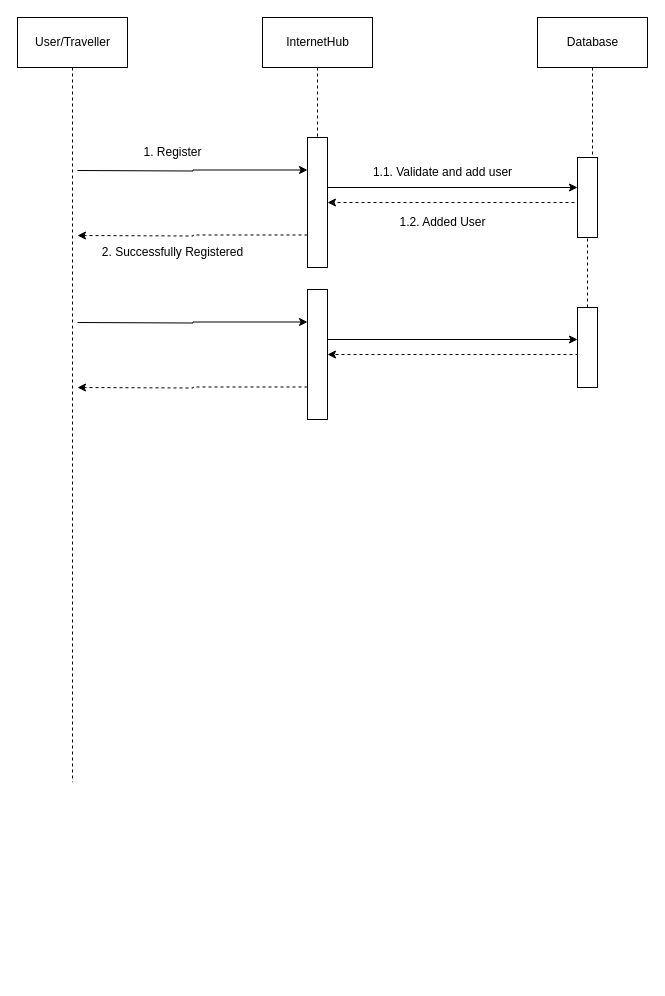
The draw.io diagram User_Seq.drawio in subhavgoyal1/mlassignment1, before the edit. Source tidied: cells renumbered, new cells numbered last; positions are measured from the earlier drawing's top-left corner, leaving out a move shared by most shapes. Both pictures are drawn from the tidied source at 100%, with x=0, y=0 at pixel (17, 17).
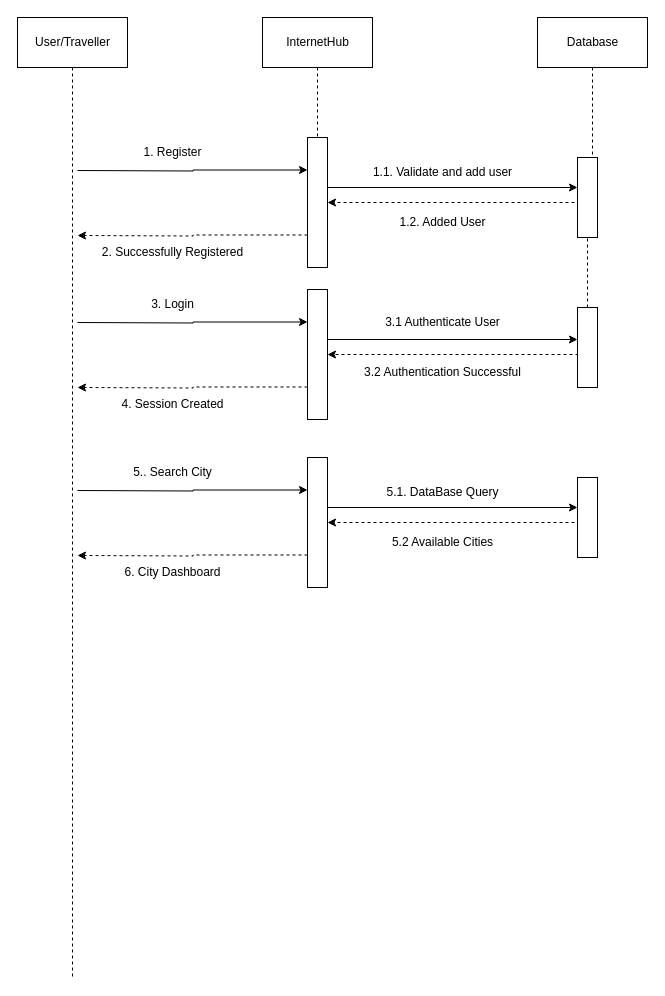
After the change.

Unchanged cells that the change refers to:
```xml
<mxCell id="2" value="User/Traveller" style="html=1;" parent="1" vertex="1">
  <mxGeometry width="110" height="50" as="geometry" />
</mxCell>
```

Diff of the diagram source:
```diff
@@
     <mxCell id="5" style="endArrow=none;dashed=1;html=1;rounded=0;" parent="1" edge="1" source="2">
       <mxGeometry relative="1" as="geometry">
-        <mxPoint x="55" y="764.7" as="targetPoint" />
+        <mxPoint x="55" y="960" as="targetPoint" />
       </mxGeometry>
     </mxCell>
@@
+    <mxCell id="25" value="3. Login" style="text;html=1;align=center;verticalAlign=middle;fillColor=none;strokeColor=none;rounded=0;" parent="1" vertex="1">
+      <mxGeometry x="120" y="272" width="70" height="30" as="geometry" />
+    </mxCell>
+    <mxCell id="26" value="3.1 Authenticate User" style="text;html=1;align=center;verticalAlign=middle;fillColor=none;strokeColor=none;rounded=0;" parent="1" vertex="1">
+      <mxGeometry x="355" y="290" width="140" height="30" as="geometry" />
+    </mxCell>
+    <mxCell id="27" value="3.2 Authentication Successful" style="text;html=1;align=center;verticalAlign=middle;fillColor=none;strokeColor=none;rounded=0;" parent="1" vertex="1">
+      <mxGeometry x="335" y="340" width="180" height="30" as="geometry" />
+    </mxCell>
+    <mxCell id="28" value="4. Session Created" style="text;html=1;align=center;verticalAlign=middle;fillColor=none;strokeColor=none;rounded=0;" parent="1" vertex="1">
+      <mxGeometry x="90" y="372" width="130" height="30" as="geometry" />
+    </mxCell>
+    <mxCell id="29" style="edgeStyle=orthogonalEdgeStyle;rounded=0;jettySize=auto;html=1;exitX=1;exitY=0.25;exitDx=0;exitDy=0;" parent="1" edge="1" source="32" target="34">
+      <mxGeometry relative="1" as="geometry">
+        <Array as="points">
+          <mxPoint x="310" y="490" />
+        </Array>
+      </mxGeometry>
+    </mxCell>
+    <mxCell id="30" style="edgeStyle=orthogonalEdgeStyle;rounded=0;jettySize=auto;html=1;exitX=0;exitY=0.25;exitDx=0;exitDy=0;entryX=0;entryY=0.25;entryDx=0;entryDy=0;" parent="1" edge="1" target="32">
+      <mxGeometry relative="1" as="geometry">
+        <mxPoint x="60" y="473" as="sourcePoint" />
+      </mxGeometry>
+    </mxCell>
+    <mxCell id="31" style="edgeStyle=orthogonalEdgeStyle;rounded=0;jettySize=auto;html=1;exitX=0;exitY=0.75;exitDx=0;exitDy=0;dashed=1;" parent="1" edge="1" source="32">
+      <mxGeometry relative="1" as="geometry">
+        <mxPoint x="60" y="538" as="targetPoint" />
+      </mxGeometry>
+    </mxCell>
+    <mxCell id="32" style="rounded=0;whiteSpace=wrap;html=1;" parent="1" vertex="1">
+      <mxGeometry x="290" y="440" width="20" height="130" as="geometry" />
+    </mxCell>
+    <mxCell id="33" style="edgeStyle=orthogonalEdgeStyle;rounded=0;jettySize=auto;html=1;exitX=0;exitY=0.75;exitDx=0;exitDy=0;entryX=1;entryY=0.5;entryDx=0;entryDy=0;dashed=1;" parent="1" edge="1" source="34" target="32">
+      <mxGeometry relative="1" as="geometry">
+        <Array as="points">
+          <mxPoint x="390" y="505" />
+          <mxPoint x="390" y="505" />
+        </Array>
+      </mxGeometry>
+    </mxCell>
+    <mxCell id="34" style="rounded=0;whiteSpace=wrap;html=1;" parent="1" vertex="1">
+      <mxGeometry x="560" y="460" width="20" height="80" as="geometry" />
+    </mxCell>
+    <mxCell id="35" value="5.. Search City" style="text;html=1;align=center;verticalAlign=middle;fillColor=none;strokeColor=none;rounded=0;" parent="1" vertex="1">
+      <mxGeometry x="105" y="440" width="100" height="30" as="geometry" />
+    </mxCell>
+    <mxCell id="36" value="5.1. DataBase Query" style="text;html=1;align=center;verticalAlign=middle;fillColor=none;strokeColor=none;rounded=0;" parent="1" vertex="1">
+      <mxGeometry x="355" y="460" width="140" height="30" as="geometry" />
+    </mxCell>
+    <mxCell id="37" value="5.2 Available Cities" style="text;html=1;align=center;verticalAlign=middle;fillColor=none;strokeColor=none;rounded=0;" parent="1" vertex="1">
+      <mxGeometry x="365" y="510" width="120" height="30" as="geometry" />
+    </mxCell>
+    <mxCell id="38" value="6. City Dashboard" style="text;html=1;align=center;verticalAlign=middle;fillColor=none;strokeColor=none;rounded=0;" parent="1" vertex="1">
+      <mxGeometry x="95" y="540" width="120" height="30" as="geometry" />
+    </mxCell>
```
